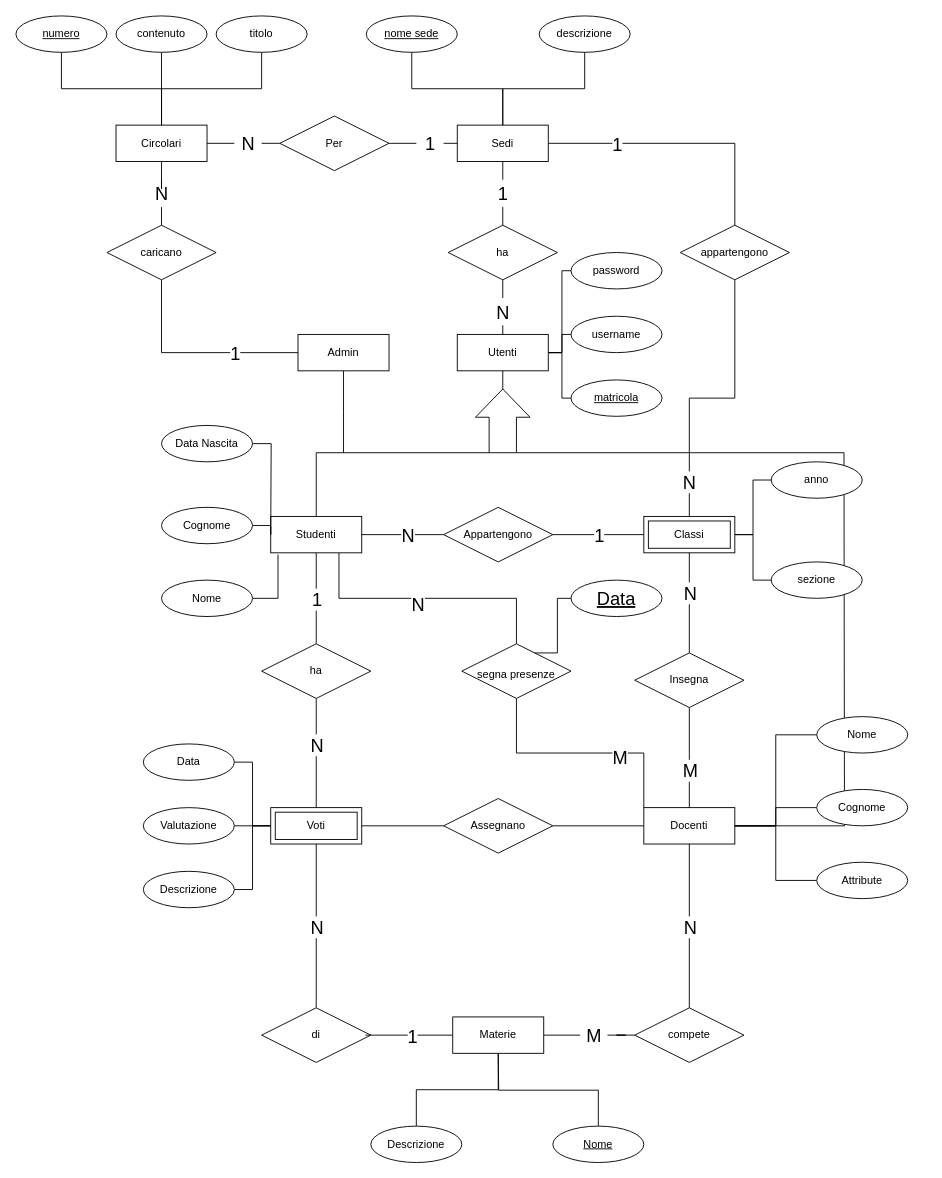
Before: schema er.drawio in nicolo9728/registro_elettronico, a draw.io diagram. Source tidied: cells renumbered, new cells numbered last; positions are measured from the earlier drawing's top-left corner, leaving out a move shared by most shapes. Both pictures are drawn from the tidied source at 91%, with x=0, y=0 at pixel (15, 15).
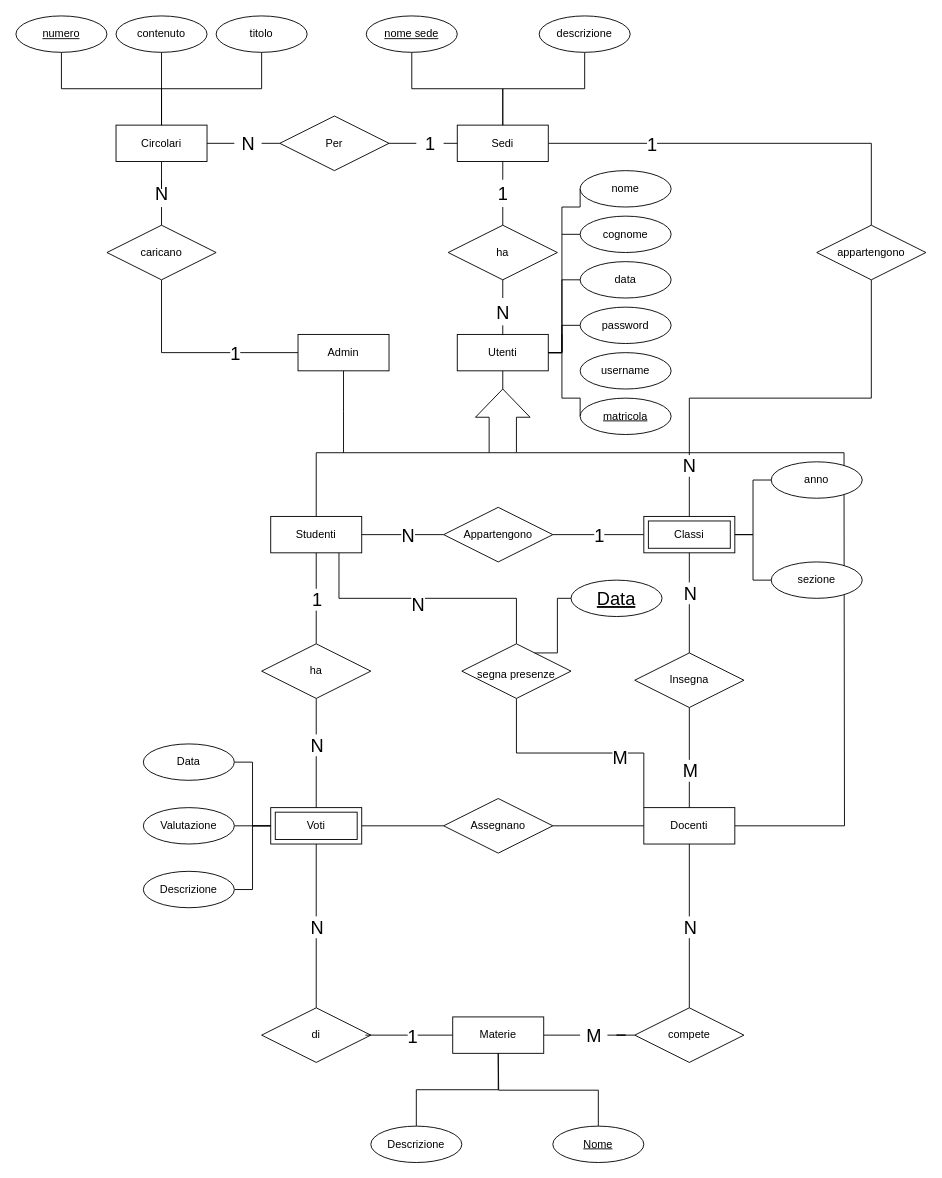
Above is the later version.

The change refers to these unchanged cells:
```xml
<mxCell id="6" value="Utenti" style="whiteSpace=wrap;html=1;align=center;" parent="1" vertex="1">
  <mxGeometry x="485" y="350" width="100" height="40" as="geometry" />
</mxCell>
<mxCell id="13" value="Studenti" style="whiteSpace=wrap;html=1;align=center;" parent="1" vertex="1">
  <mxGeometry x="280" y="550" width="100" height="40" as="geometry" />
</mxCell>
<mxCell id="23" value="Docenti" style="whiteSpace=wrap;html=1;align=center;" parent="1" vertex="1">
  <mxGeometry x="690" y="870" width="100" height="40" as="geometry" />
</mxCell>
```

What changed in the source:
```diff
@@
-    <mxCell id="3" style="edgeStyle=orthogonalEdgeStyle;rounded=0;jettySize=auto;html=1;exitX=1;exitY=0.5;exitDx=0;exitDy=0;entryX=0;entryY=0.5;entryDx=0;entryDy=0;endArrow=none;endFill=0;" parent="1" edge="1" source="6" target="7">
-      <mxGeometry relative="1" as="geometry">
-        <Array as="points">
-          <mxPoint x="600" y="370" />
-          <mxPoint x="600" y="280" />
-        </Array>
-      </mxGeometry>
-    </mxCell>
@@
+    <mxCell id="122" style="edgeStyle=orthogonalEdgeStyle;rounded=0;jettySize=auto;html=1;exitX=0;exitY=0.5;exitDx=0;exitDy=0;entryX=1;entryY=0.5;entryDx=0;entryDy=0;endArrow=none;endFill=0;" parent="1" edge="1" source="7" target="6">
+      <mxGeometry relative="1" as="geometry" />
+    </mxCell>
     <mxCell id="7" value="password" style="ellipse;whiteSpace=wrap;html=1;align=center;" parent="1" vertex="1">
-      <mxGeometry x="610" y="260" width="100" height="40" as="geometry" />
+      <mxGeometry x="620" y="320" width="100" height="40" as="geometry" />
     </mxCell>
-    <mxCell id="8" style="edgeStyle=orthogonalEdgeStyle;rounded=0;jettySize=auto;html=1;exitX=0;exitY=0.5;exitDx=0;exitDy=0;endArrow=none;endFill=0;" parent="1" edge="1" source="9">
-      <mxGeometry relative="1" as="geometry">
-        <mxPoint x="600" y="350" as="targetPoint" />
-      </mxGeometry>
-    </mxCell>
     <mxCell id="9" value="username" style="ellipse;whiteSpace=wrap;html=1;align=center;" parent="1" vertex="1">
-      <mxGeometry x="610" y="330" width="100" height="40" as="geometry" />
+      <mxGeometry x="620" y="370" width="100" height="40" as="geometry" />
     </mxCell>
     <mxCell id="10" value="matricola" style="ellipse;whiteSpace=wrap;html=1;align=center;fontStyle=4;" parent="1" vertex="1">
-      <mxGeometry x="610" y="400" width="100" height="40" as="geometry" />
+      <mxGeometry x="620" y="420" width="100" height="40" as="geometry" />
     </mxCell>
@@
-    <mxCell id="50" style="edgeStyle=orthogonalEdgeStyle;rounded=0;jettySize=auto;html=1;exitX=1;exitY=0.5;exitDx=0;exitDy=0;endArrow=none;endFill=0;" parent="1" edge="1" source="51">
-      <mxGeometry relative="1" as="geometry">
-        <mxPoint x="280" y="570" as="targetPoint" />
-      </mxGeometry>
-    </mxCell>
-    <mxCell id="51" value="Data Nascita" style="ellipse;whiteSpace=wrap;html=1;align=center;" parent="1" vertex="1">
-      <mxGeometry x="160" y="450" width="100" height="40" as="geometry" />
-    </mxCell>
-    <mxCell id="52" style="edgeStyle=orthogonalEdgeStyle;rounded=0;jettySize=auto;html=1;exitX=1;exitY=0.5;exitDx=0;exitDy=0;endArrow=none;endFill=0;" parent="1" edge="1" source="53" target="13">
-      <mxGeometry relative="1" as="geometry" />
-    </mxCell>
-    <mxCell id="53" value="Cognome" style="ellipse;whiteSpace=wrap;html=1;align=center;" parent="1" vertex="1">
-      <mxGeometry x="160" y="540" width="100" height="40" as="geometry" />
-    </mxCell>
-    <mxCell id="54" style="edgeStyle=orthogonalEdgeStyle;rounded=0;jettySize=auto;html=1;exitX=1;exitY=0.5;exitDx=0;exitDy=0;entryX=0.08;entryY=1.05;entryDx=0;entryDy=0;entryPerimeter=0;endArrow=none;endFill=0;" parent="1" edge="1" source="55" target="13">
-      <mxGeometry relative="1" as="geometry" />
-    </mxCell>
-    <mxCell id="55" value="Nome" style="ellipse;whiteSpace=wrap;html=1;align=center;" parent="1" vertex="1">
-      <mxGeometry x="160" y="620" width="100" height="40" as="geometry" />
-    </mxCell>
@@
-    <mxCell id="59" style="edgeStyle=orthogonalEdgeStyle;rounded=0;jettySize=auto;html=1;exitX=0;exitY=0.5;exitDx=0;exitDy=0;entryX=1;entryY=0.5;entryDx=0;entryDy=0;endArrow=none;endFill=0;" parent="1" edge="1" source="60" target="23">
-      <mxGeometry relative="1" as="geometry" />
-    </mxCell>
-    <mxCell id="60" value="Nome" style="ellipse;whiteSpace=wrap;html=1;align=center;" parent="1" vertex="1">
-      <mxGeometry x="880" y="770" width="100" height="40" as="geometry" />
-    </mxCell>
-    <mxCell id="61" style="edgeStyle=orthogonalEdgeStyle;rounded=0;jettySize=auto;html=1;exitX=0;exitY=0.5;exitDx=0;exitDy=0;entryX=1;entryY=0.5;entryDx=0;entryDy=0;endArrow=none;endFill=0;" parent="1" edge="1" source="62" target="23">
-      <mxGeometry relative="1" as="geometry" />
-    </mxCell>
-    <mxCell id="62" value="Cognome" style="ellipse;whiteSpace=wrap;html=1;align=center;" parent="1" vertex="1">
-      <mxGeometry x="880" y="850" width="100" height="40" as="geometry" />
-    </mxCell>
-    <mxCell id="63" style="edgeStyle=orthogonalEdgeStyle;rounded=0;jettySize=auto;html=1;exitX=0;exitY=0.5;exitDx=0;exitDy=0;entryX=1;entryY=0.5;entryDx=0;entryDy=0;endArrow=none;endFill=0;" parent="1" edge="1" source="64" target="23">
-      <mxGeometry relative="1" as="geometry" />
-    </mxCell>
-    <mxCell id="64" value="Attribute" style="ellipse;whiteSpace=wrap;html=1;align=center;" parent="1" vertex="1">
-      <mxGeometry x="880" y="930" width="100" height="40" as="geometry" />
-    </mxCell>
@@
     <mxCell id="97" value="appartengono" style="shape=rhombus;perimeter=rhombusPerimeter;whiteSpace=wrap;html=1;align=center;" parent="1" vertex="1">
-      <mxGeometry x="730" y="230" width="120" height="60" as="geometry" />
+      <mxGeometry x="880" y="230" width="120" height="60" as="geometry" />
     </mxCell>
@@
+    <mxCell id="123" style="edgeStyle=orthogonalEdgeStyle;rounded=0;jettySize=auto;html=1;exitX=0;exitY=0.5;exitDx=0;exitDy=0;entryX=1;entryY=0.5;entryDx=0;entryDy=0;endArrow=none;endFill=0;" parent="1" edge="1" source="124" target="6">
+      <mxGeometry relative="1" as="geometry">
+        <Array as="points">
+          <mxPoint x="600" y="210" />
+          <mxPoint x="600" y="370" />
+        </Array>
+      </mxGeometry>
+    </mxCell>
+    <mxCell id="124" value="nome" style="ellipse;whiteSpace=wrap;html=1;align=center;" parent="1" vertex="1">
+      <mxGeometry x="620" y="170" width="100" height="40" as="geometry" />
+    </mxCell>
+    <mxCell id="125" style="edgeStyle=orthogonalEdgeStyle;rounded=0;jettySize=auto;html=1;exitX=0;exitY=0.5;exitDx=0;exitDy=0;endArrow=none;endFill=0;" parent="1" edge="1" source="126">
+      <mxGeometry relative="1" as="geometry">
+        <mxPoint x="600" y="240" as="targetPoint" />
+      </mxGeometry>
+    </mxCell>
+    <mxCell id="126" value="cognome" style="ellipse;whiteSpace=wrap;html=1;align=center;" parent="1" vertex="1">
+      <mxGeometry x="620" y="220" width="100" height="40" as="geometry" />
+    </mxCell>
+    <mxCell id="127" style="edgeStyle=orthogonalEdgeStyle;rounded=0;jettySize=auto;html=1;exitX=0;exitY=0.5;exitDx=0;exitDy=0;entryX=1;entryY=0.5;entryDx=0;entryDy=0;endArrow=none;endFill=0;" parent="1" edge="1" source="128" target="6">
+      <mxGeometry relative="1" as="geometry">
+        <Array as="points">
+          <mxPoint x="600" y="290" />
+          <mxPoint x="600" y="370" />
+        </Array>
+      </mxGeometry>
+    </mxCell>
+    <mxCell id="128" value="data" style="ellipse;whiteSpace=wrap;html=1;align=center;" parent="1" vertex="1">
+      <mxGeometry x="620" y="270" width="100" height="40" as="geometry" />
+    </mxCell>
```
